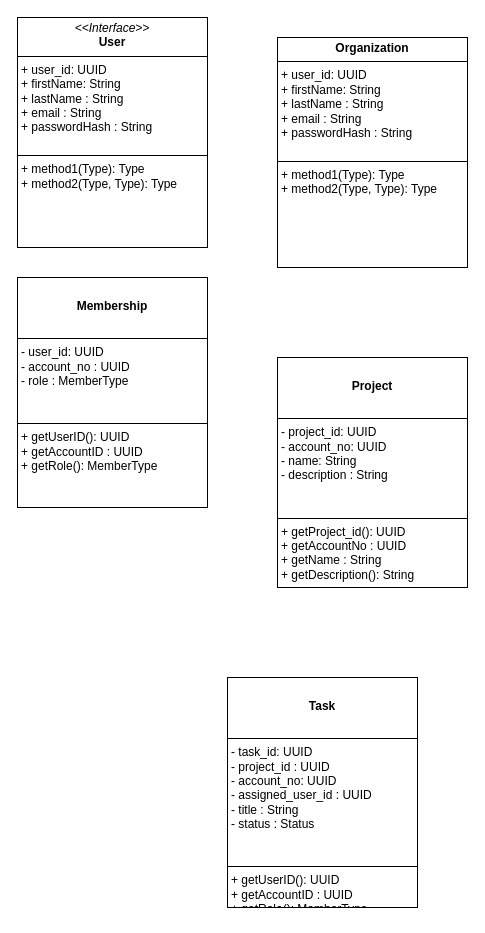
The draw.io diagram system_architecture.drawio in NkulAIR/multi-tenancy, before the edit. Source tidied: cells renumbered, new cells numbered last; positions are measured from the earlier drawing's top-left corner, leaving out a move shared by most shapes. Both pictures are drawn from the tidied source at 100%, with x=0, y=0 at pixel (17, 17).
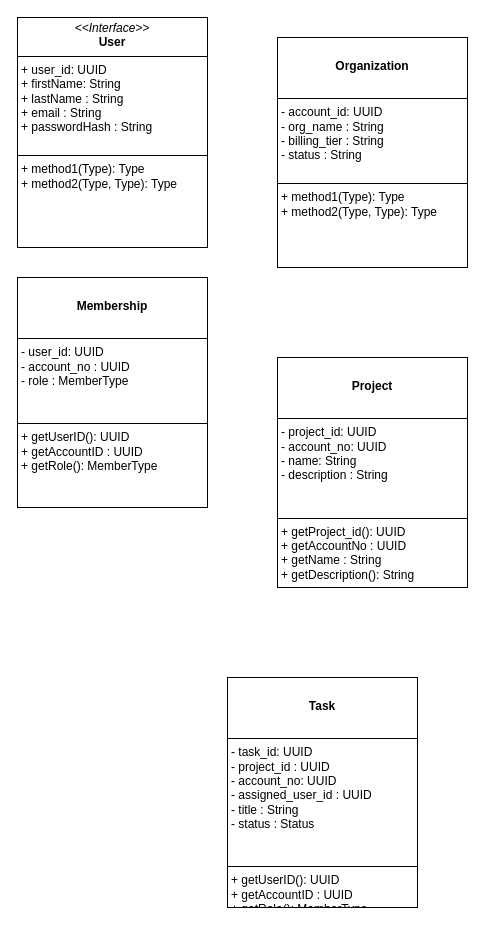
After the change.

What changed in the source:
```diff
@@
 <mxGraphModel>
   <root>
     <mxCell id="0" />
     <mxCell id="1" parent="0" />
     <mxCell id="2" value="&lt;p style=&quot;margin:0px;margin-top:4px;text-align:center;&quot;&gt;&lt;i&gt;&amp;lt;&amp;lt;Interface&amp;gt;&amp;gt;&lt;/i&gt;&lt;br&gt;&lt;b&gt;User&lt;/b&gt;&lt;/p&gt;&lt;hr size=&quot;1&quot; style=&quot;border-style:solid;&quot;&gt;&lt;p style=&quot;margin:0px;margin-left:4px;&quot;&gt;+ user_id: UUID&lt;br&gt;+ firstName: String&lt;/p&gt;&lt;p style=&quot;margin:0px;margin-left:4px;&quot;&gt;+ lastName : String&lt;/p&gt;&lt;p style=&quot;margin:0px;margin-left:4px;&quot;&gt;+ email : String&lt;/p&gt;&lt;p style=&quot;margin:0px;margin-left:4px;&quot;&gt;+ passwordHash : String&lt;/p&gt;&lt;p style=&quot;margin:0px;margin-left:4px;&quot;&gt;&lt;br&gt;&lt;/p&gt;&lt;hr size=&quot;1&quot; style=&quot;border-style:solid;&quot;&gt;&lt;p style=&quot;margin:0px;margin-left:4px;&quot;&gt;+ method1(Type): Type&lt;br&gt;+ method2(Type, Type): Type&lt;/p&gt;" style="verticalAlign=top;align=left;overflow=fill;html=1;whiteSpace=wrap;" parent="1" vertex="1">
       <mxGeometry width="190" height="230" as="geometry" />
     </mxCell>
-    <mxCell id="3" value="&lt;p style=&quot;margin:0px;margin-top:4px;text-align:center;&quot;&gt;&lt;b style=&quot;background-color: transparent; color: light-dark(rgb(0, 0, 0), rgb(255, 255, 255));&quot;&gt;Organization&lt;/b&gt;&lt;/p&gt;&lt;hr size=&quot;1&quot; style=&quot;border-style:solid;&quot;&gt;&lt;p style=&quot;margin:0px;margin-left:4px;&quot;&gt;+ user_id: UUID&lt;br&gt;+ firstName: String&lt;/p&gt;&lt;p style=&quot;margin:0px;margin-left:4px;&quot;&gt;+ lastName : String&lt;/p&gt;&lt;p style=&quot;margin:0px;margin-left:4px;&quot;&gt;+ email : String&lt;/p&gt;&lt;p style=&quot;margin:0px;margin-left:4px;&quot;&gt;+ passwordHash : String&lt;/p&gt;&lt;p style=&quot;margin:0px;margin-left:4px;&quot;&gt;&lt;br&gt;&lt;/p&gt;&lt;hr size=&quot;1&quot; style=&quot;border-style:solid;&quot;&gt;&lt;p style=&quot;margin:0px;margin-left:4px;&quot;&gt;+ method1(Type): Type&lt;br&gt;+ method2(Type, Type): Type&lt;/p&gt;" style="verticalAlign=top;align=left;overflow=fill;html=1;whiteSpace=wrap;" parent="1" vertex="1">
+    <mxCell id="3" value="&lt;p style=&quot;margin:0px;margin-top:4px;text-align:center;&quot;&gt;&lt;b style=&quot;background-color: transparent; color: light-dark(rgb(0, 0, 0), rgb(255, 255, 255));&quot;&gt;&lt;br&gt;&lt;/b&gt;&lt;/p&gt;&lt;p style=&quot;margin:0px;margin-top:4px;text-align:center;&quot;&gt;&lt;b style=&quot;background-color: transparent; color: light-dark(rgb(0, 0, 0), rgb(255, 255, 255));&quot;&gt;Organization&lt;/b&gt;&lt;/p&gt;&lt;p style=&quot;margin:0px;margin-top:4px;text-align:center;&quot;&gt;&lt;b style=&quot;background-color: transparent; color: light-dark(rgb(0, 0, 0), rgb(255, 255, 255));&quot;&gt;&lt;br&gt;&lt;/b&gt;&lt;/p&gt;&lt;hr size=&quot;1&quot; style=&quot;border-style:solid;&quot;&gt;&lt;p style=&quot;margin:0px;margin-left:4px;&quot;&gt;- account_id: UUID&lt;br&gt;- org_name : String&lt;/p&gt;&lt;p style=&quot;margin:0px;margin-left:4px;&quot;&gt;- billing_tier : String&lt;/p&gt;&lt;p style=&quot;margin:0px;margin-left:4px;&quot;&gt;- status : String&lt;/p&gt;&lt;p style=&quot;margin:0px;margin-left:4px;&quot;&gt;&lt;br&gt;&lt;/p&gt;&lt;hr size=&quot;1&quot; style=&quot;border-style:solid;&quot;&gt;&lt;p style=&quot;margin:0px;margin-left:4px;&quot;&gt;+ method1(Type): Type&lt;br&gt;+ method2(Type, Type): Type&lt;/p&gt;" style="verticalAlign=top;align=left;overflow=fill;html=1;whiteSpace=wrap;" parent="1" vertex="1">
       <mxGeometry x="260" y="20" width="190" height="230" as="geometry" />
     </mxCell>
     <mxCell id="4" value="&lt;p style=&quot;margin:0px;margin-top:4px;text-align:center;&quot;&gt;&lt;b&gt;&lt;br&gt;&lt;/b&gt;&lt;/p&gt;&lt;p style=&quot;margin:0px;margin-top:4px;text-align:center;&quot;&gt;&lt;b&gt;Membership&lt;/b&gt;&lt;/p&gt;&lt;p style=&quot;margin:0px;margin-top:4px;text-align:center;&quot;&gt;&lt;b&gt;&lt;br&gt;&lt;/b&gt;&lt;/p&gt;&lt;hr size=&quot;1&quot; style=&quot;border-style:solid;&quot;&gt;&lt;p style=&quot;margin:0px;margin-left:4px;&quot;&gt;- user_id: UUID&lt;br&gt;- account_no : UUID&lt;/p&gt;&lt;p style=&quot;margin:0px;margin-left:4px;&quot;&gt;- role : MemberType&lt;/p&gt;&lt;p style=&quot;margin:0px;margin-left:4px;&quot;&gt;&lt;br&gt;&lt;/p&gt;&lt;p style=&quot;margin:0px;margin-left:4px;&quot;&gt;&lt;br&gt;&lt;/p&gt;&lt;hr size=&quot;1&quot; style=&quot;border-style:solid;&quot;&gt;&lt;p style=&quot;margin:0px;margin-left:4px;&quot;&gt;+ getUserID(): UUID&lt;/p&gt;&lt;p style=&quot;margin:0px;margin-left:4px;&quot;&gt;+ getAccountID : UUID&lt;br&gt;+ getRole(): MemberType&lt;/p&gt;" style="verticalAlign=top;align=left;overflow=fill;html=1;whiteSpace=wrap;" parent="1" vertex="1">
       <mxGeometry y="260" width="190" height="230" as="geometry" />
     </mxCell>
     <mxCell id="5" value="&lt;p style=&quot;margin:0px;margin-top:4px;text-align:center;&quot;&gt;&lt;b&gt;&lt;br&gt;&lt;/b&gt;&lt;/p&gt;&lt;p style=&quot;margin:0px;margin-top:4px;text-align:center;&quot;&gt;&lt;b&gt;Project&lt;/b&gt;&lt;/p&gt;&lt;p style=&quot;margin:0px;margin-top:4px;text-align:center;&quot;&gt;&lt;b&gt;&lt;br&gt;&lt;/b&gt;&lt;/p&gt;&lt;hr size=&quot;1&quot; style=&quot;border-style:solid;&quot;&gt;&lt;p style=&quot;margin:0px;margin-left:4px;&quot;&gt;- project_id: UUID&lt;br&gt;- account_no: UUID&lt;/p&gt;&lt;p style=&quot;margin:0px;margin-left:4px;&quot;&gt;- name: String&lt;/p&gt;&lt;p style=&quot;margin:0px;margin-left:4px;&quot;&gt;- description : String&lt;/p&gt;&lt;p style=&quot;margin:0px;margin-left:4px;&quot;&gt;&lt;br&gt;&lt;/p&gt;&lt;p style=&quot;margin:0px;margin-left:4px;&quot;&gt;&lt;br&gt;&lt;/p&gt;&lt;hr size=&quot;1&quot; style=&quot;border-style:solid;&quot;&gt;&lt;p style=&quot;margin:0px;margin-left:4px;&quot;&gt;+ getProject_id(): UUID&lt;/p&gt;&lt;p style=&quot;margin:0px;margin-left:4px;&quot;&gt;+ getAccountNo : UUID&lt;/p&gt;&lt;p style=&quot;margin:0px;margin-left:4px;&quot;&gt;+ getName : String&lt;br&gt;+ getDescription(): String&lt;/p&gt;" style="verticalAlign=top;align=left;overflow=fill;html=1;whiteSpace=wrap;" parent="1" vertex="1">
       <mxGeometry x="260" y="340" width="190" height="230" as="geometry" />
     </mxCell>
     <mxCell id="6" value="&lt;p style=&quot;margin:0px;margin-top:4px;text-align:center;&quot;&gt;&lt;b&gt;&lt;br&gt;&lt;/b&gt;&lt;/p&gt;&lt;p style=&quot;margin:0px;margin-top:4px;text-align:center;&quot;&gt;&lt;b&gt;Task&lt;/b&gt;&lt;/p&gt;&lt;p style=&quot;margin:0px;margin-top:4px;text-align:center;&quot;&gt;&lt;b&gt;&lt;br&gt;&lt;/b&gt;&lt;/p&gt;&lt;hr size=&quot;1&quot; style=&quot;border-style:solid;&quot;&gt;&lt;p style=&quot;margin:0px;margin-left:4px;&quot;&gt;- task_id: UUID&lt;br&gt;- project_id : UUID&lt;/p&gt;&lt;p style=&quot;margin:0px;margin-left:4px;&quot;&gt;- account_no: UUID&lt;/p&gt;&lt;p style=&quot;margin:0px;margin-left:4px;&quot;&gt;- assigned_user_id : UUID&lt;/p&gt;&lt;p style=&quot;margin:0px;margin-left:4px;&quot;&gt;- title : String&lt;/p&gt;&lt;p style=&quot;margin:0px;margin-left:4px;&quot;&gt;- status : Status&lt;/p&gt;&lt;p style=&quot;margin:0px;margin-left:4px;&quot;&gt;&lt;br&gt;&lt;/p&gt;&lt;p style=&quot;margin:0px;margin-left:4px;&quot;&gt;&lt;br&gt;&lt;/p&gt;&lt;hr size=&quot;1&quot; style=&quot;border-style:solid;&quot;&gt;&lt;p style=&quot;margin:0px;margin-left:4px;&quot;&gt;+ getUserID(): UUID&lt;/p&gt;&lt;p style=&quot;margin:0px;margin-left:4px;&quot;&gt;+ getAccountID : UUID&lt;br&gt;+ getRole(): MemberType&lt;/p&gt;" style="verticalAlign=top;align=left;overflow=fill;html=1;whiteSpace=wrap;" parent="1" vertex="1">
       <mxGeometry x="210" y="660" width="190" height="230" as="geometry" />
     </mxCell>
   </root>
 </mxGraphModel>
```
